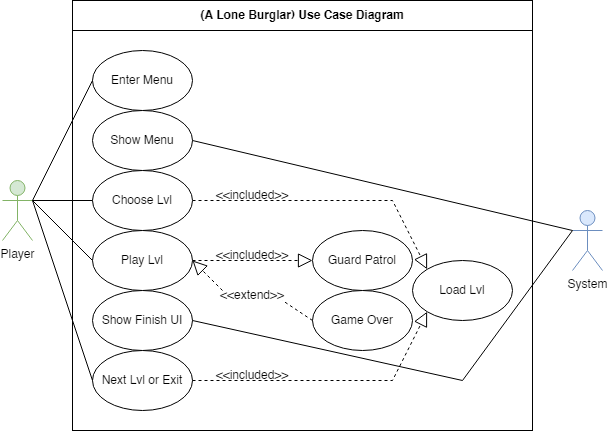
Earlier version of the draw.io export use case diagram.png (johannfac/A-Lone-Burglar). Source tidied: cells renumbered, new cells last; positions are measured from the earlier drawing's top-left corner, leaving out a move shared by most shapes.
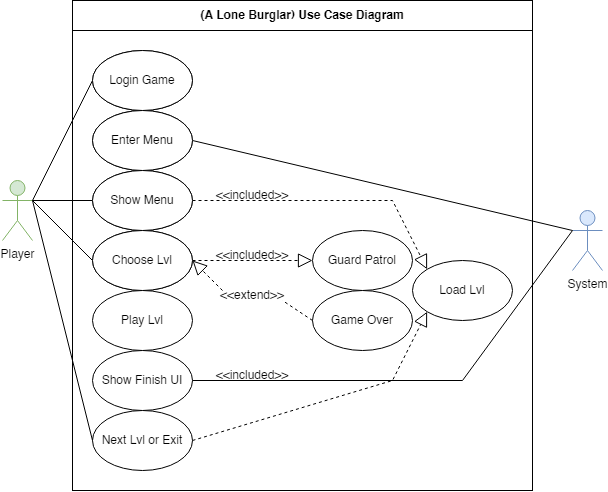
After the change.

Change to the diagram source:
```diff
@@ -3,7 +3,7 @@
     <mxCell id="0" />
     <mxCell id="1" parent="0" />
     <mxCell id="2" style="rounded=0;whiteSpace=wrap;html=1;" parent="1" vertex="1">
-      <mxGeometry x="70" y="30" width="460" height="400" as="geometry" />
+      <mxGeometry x="70" y="30" width="460" height="460" as="geometry" />
     </mxCell>
     <mxCell id="3" value="Player" style="shape=umlActor;verticalLabelPosition=bottom;verticalAlign=top;html=1;outlineConnect=0;fillColor=#d5e8d4;strokeColor=#82b366;" parent="1" vertex="1">
       <mxGeometry y="180" width="30" height="60" as="geometry" />
@@ -14,7 +14,7 @@
     <mxCell id="5" value="Load Lvl" style="ellipse;whiteSpace=wrap;html=1;" parent="1" vertex="1">
       <mxGeometry x="410" y="260" width="100" height="60" as="geometry" />
     </mxCell>
-    <mxCell id="6" value="Enter Menu" style="ellipse;whiteSpace=wrap;html=1;" parent="1" vertex="1">
+    <mxCell id="6" value="Login Game" style="ellipse;whiteSpace=wrap;html=1;" parent="1" vertex="1">
       <mxGeometry x="90" y="50" width="100" height="60" as="geometry" />
     </mxCell>
     <mxCell id="7" style="endArrow=block;dashed=1;endFill=0;endSize=12;html=1;rounded=0;exitX=1;exitY=0.5;exitDx=0;exitDy=0;entryX=0;entryY=0;entryDx=0;entryDy=0;startArrow=none;" parent="1" edge="1" source="11" target="5">
@@ -78,10 +78,10 @@
       <mxGeometry relative="1" as="geometry" />
     </mxCell>
     <mxCell id="24" value="Show Finish&amp;nbsp;UI" style="ellipse;whiteSpace=wrap;html=1;" parent="1" vertex="1">
-      <mxGeometry x="90" y="290" width="100" height="60" as="geometry" />
+      <mxGeometry x="90" y="350" width="100" height="60" as="geometry" />
     </mxCell>
     <mxCell id="25" value="Next Lvl or Exit" style="ellipse;whiteSpace=wrap;html=1;" parent="1" vertex="1">
-      <mxGeometry x="90" y="350" width="100" height="60" as="geometry" />
+      <mxGeometry x="90" y="410" width="100" height="60" as="geometry" />
     </mxCell>
     <mxCell id="26" style="endArrow=none;endFill=0;endSize=12;html=1;rounded=0;exitX=0;exitY=0.3333333333333333;exitDx=0;exitDy=0;entryX=1;entryY=0.5;entryDx=0;entryDy=0;startArrow=none;exitPerimeter=0;" parent="1" edge="1" source="4" target="24">
       <mxGeometry relative="1" as="geometry">
@@ -103,5 +103,20 @@
     <mxCell id="29" value="&amp;lt;&amp;lt;included&amp;gt;&amp;gt;" style="text;html=1;strokeColor=none;fillColor=none;align=center;verticalAlign=middle;whiteSpace=wrap;rounded=0;" parent="1" vertex="1">
       <mxGeometry x="220" y="370" width="60" height="10" as="geometry" />
     </mxCell>
+    <mxCell id="30" value="Login Game" style="ellipse;whiteSpace=wrap;html=1;" parent="1" vertex="1">
+      <mxGeometry x="90" y="50" width="100" height="60" as="geometry" />
+    </mxCell>
+    <mxCell id="31" value="Enter Menu" style="ellipse;whiteSpace=wrap;html=1;" parent="1" vertex="1">
+      <mxGeometry x="90" y="110" width="100" height="60" as="geometry" />
+    </mxCell>
+    <mxCell id="32" value="Show Menu" style="ellipse;whiteSpace=wrap;html=1;" parent="1" vertex="1">
+      <mxGeometry x="90" y="170" width="100" height="60" as="geometry" />
+    </mxCell>
+    <mxCell id="33" value="Choose Lvl" style="ellipse;whiteSpace=wrap;html=1;" parent="1" vertex="1">
+      <mxGeometry x="90" y="230" width="100" height="60" as="geometry" />
+    </mxCell>
+    <mxCell id="34" value="Play Lvl" style="ellipse;whiteSpace=wrap;html=1;" parent="1" vertex="1">
+      <mxGeometry x="90" y="290" width="100" height="60" as="geometry" />
+    </mxCell>
   </root>
 </mxGraphModel>
```
